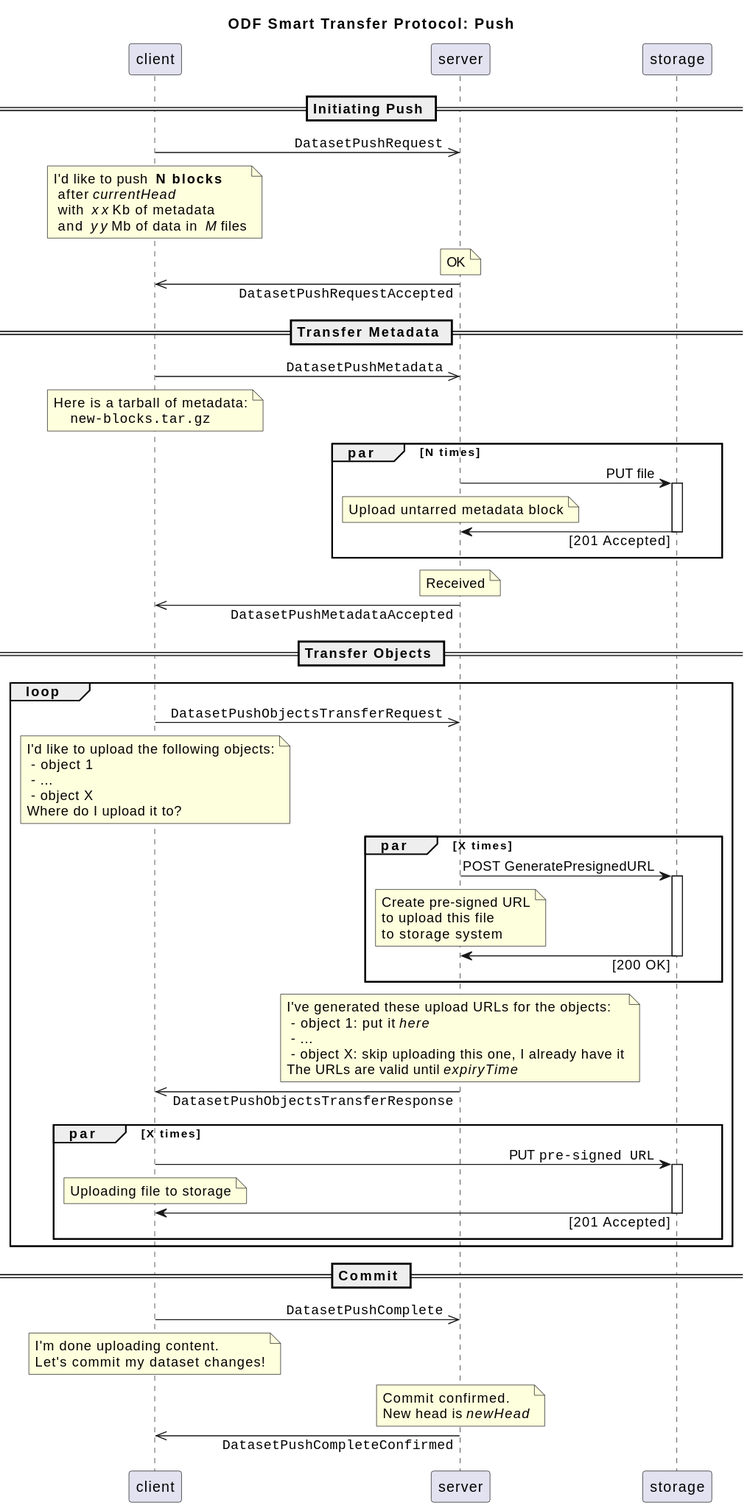
This is images/smart_transfer_protocol_push.svg from open-data-fabric/open-data-fabric, a PlantUML export, as it was before one commit.
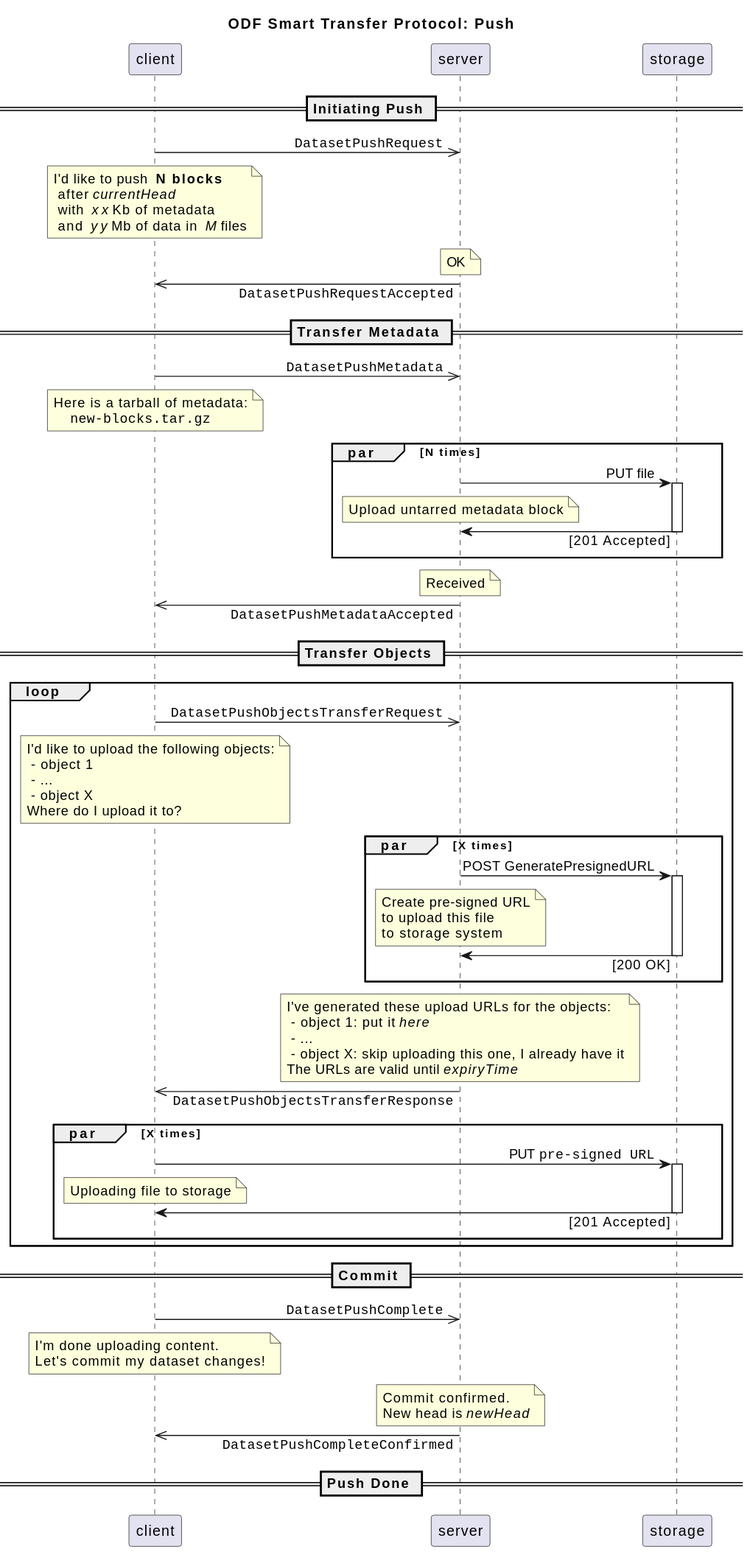
The same file after the commit.

Commit message:
Symmetric Pull diagram

What changed in the source:
```diff
@@ -88,4 +88,6 @@
    New head is //newHead//
 end note
 server ->> client: ""DatasetPushCompleteConfirmed""
+
+== Push Done ==
 @enduml
```
